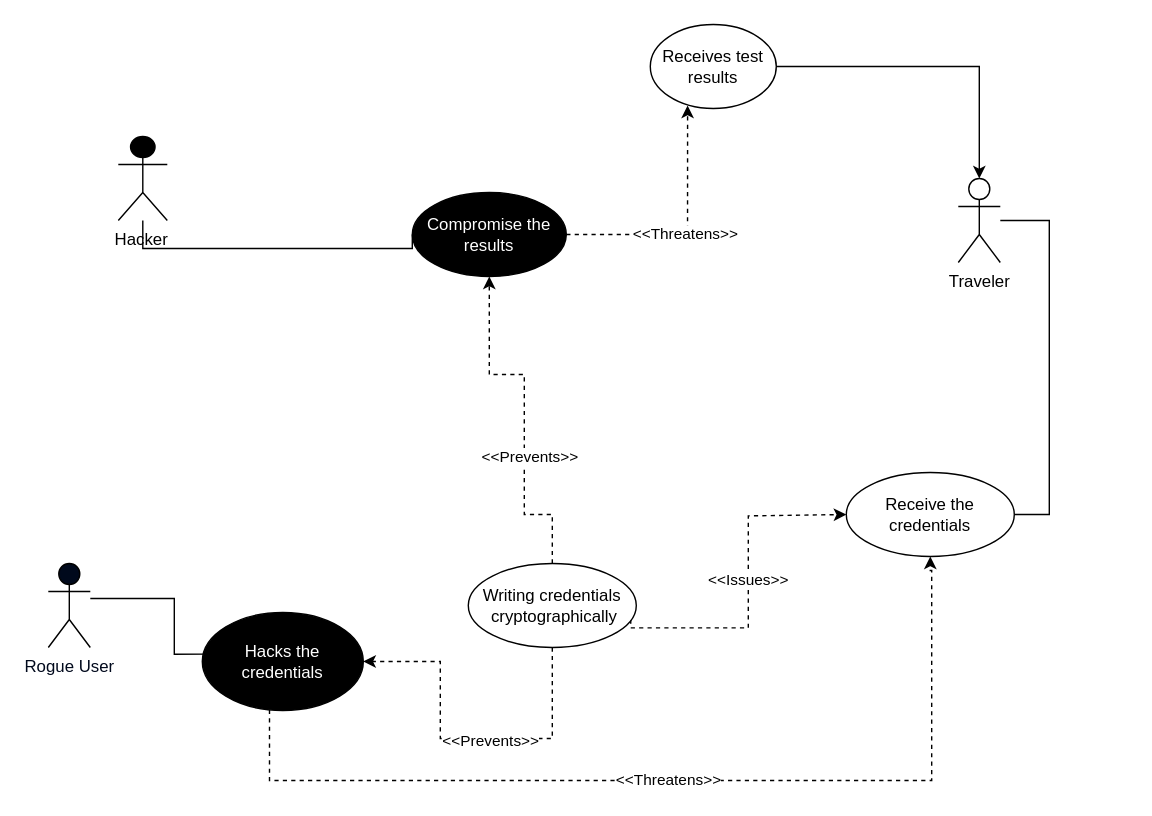
The draw.io diagram Untitled Diagram.drawio in danielmulangu/Equation, before the edit. Source tidied: cells renumbered, new cells numbered last; positions are measured from the earlier drawing's top-left corner, leaving out a move shared by most shapes. Both pictures are drawn from the tidied source at 140%, with x=0, y=0 at pixel (48, 24).
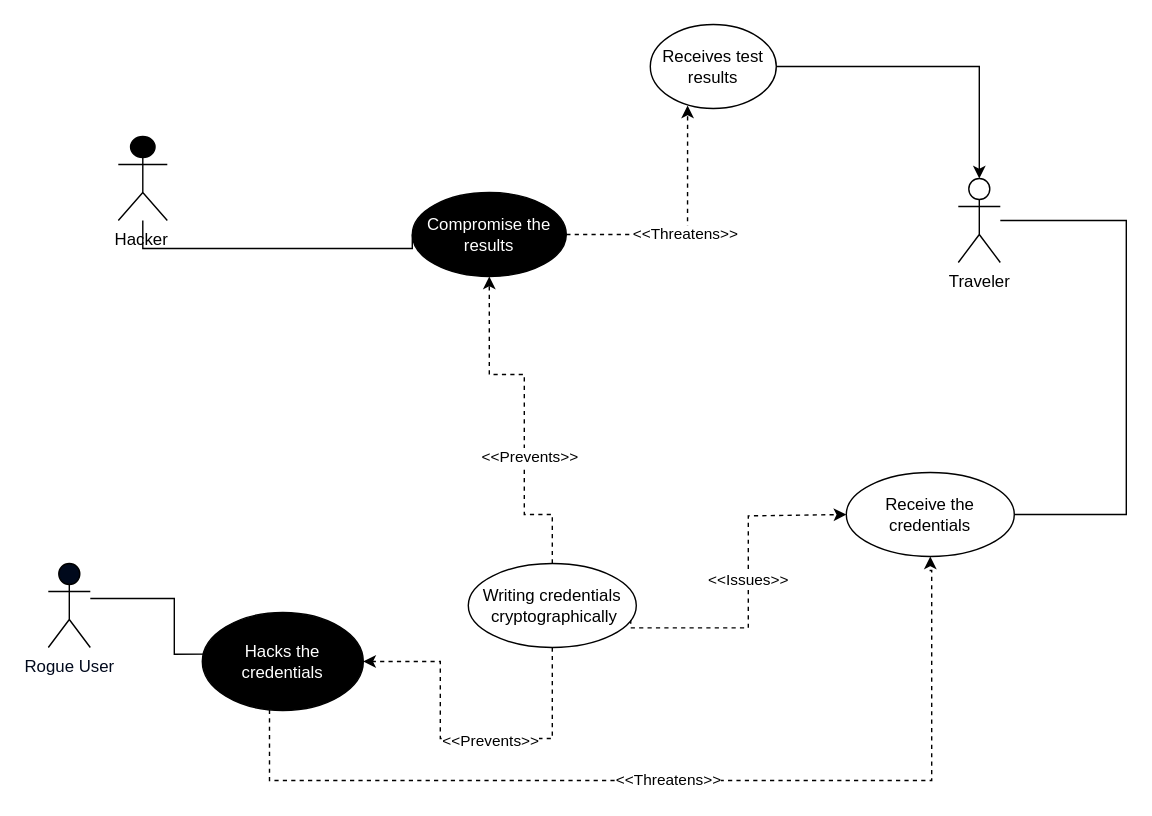
After the change.

The change refers to these unchanged cells:
```xml
<mxCell id="3" value="Traveler" style="shape=umlActor;verticalLabelPosition=bottom;verticalAlign=top;html=1;outlineConnect=0;" parent="1" vertex="1">
  <mxGeometry x="650" y="110" width="30" height="60" as="geometry" />
</mxCell>
<mxCell id="17" value="Receive the credentials" style="ellipse;whiteSpace=wrap;html=1;" parent="1" vertex="1">
  <mxGeometry x="570" y="320" width="120" height="60" as="geometry" />
</mxCell>
```

Diff of the diagram source:
```diff
@@
-<mxGraphModel>
+<mxGraphModel background="#FFFFFF">
@@
     <mxCell id="2" style="edgeStyle=orthogonalEdgeStyle;rounded=0;jettySize=auto;html=1;entryX=1;entryY=0.5;entryDx=0;entryDy=0;endArrow=none;endFill=0;" parent="1" edge="1" source="3" target="17">
       <mxGeometry relative="1" as="geometry">
         <Array as="points">
-          <mxPoint x="715" y="350" />
+          <mxPoint x="770" y="140" />
+          <mxPoint x="770" y="350" />
         </Array>
       </mxGeometry>
     </mxCell>
```
